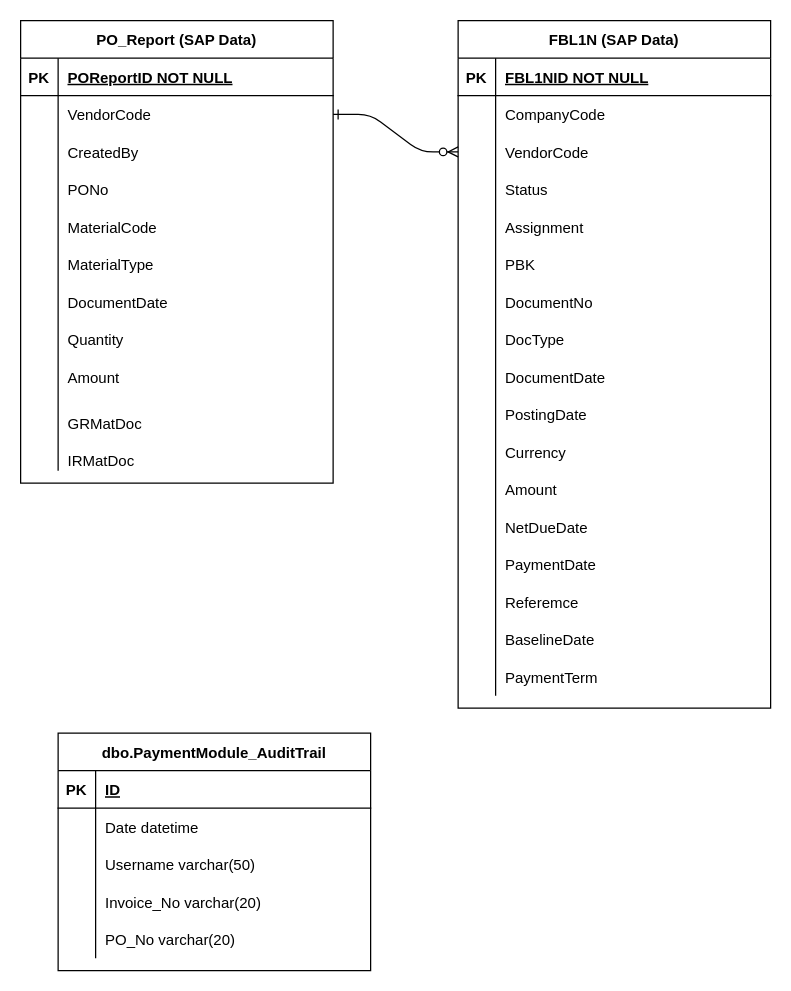
This is Untitled Diagram.drawio from Royet07/Ajax-CRUD-Snippet, a draw.io file, before an edit. Source tidied: cells renumbered, new cells numbered last; positions are measured from the earlier drawing's top-left corner, leaving out a move shared by most shapes. Both pictures are drawn from the tidied source at 125%, with x=0, y=0 at pixel (20, 20).
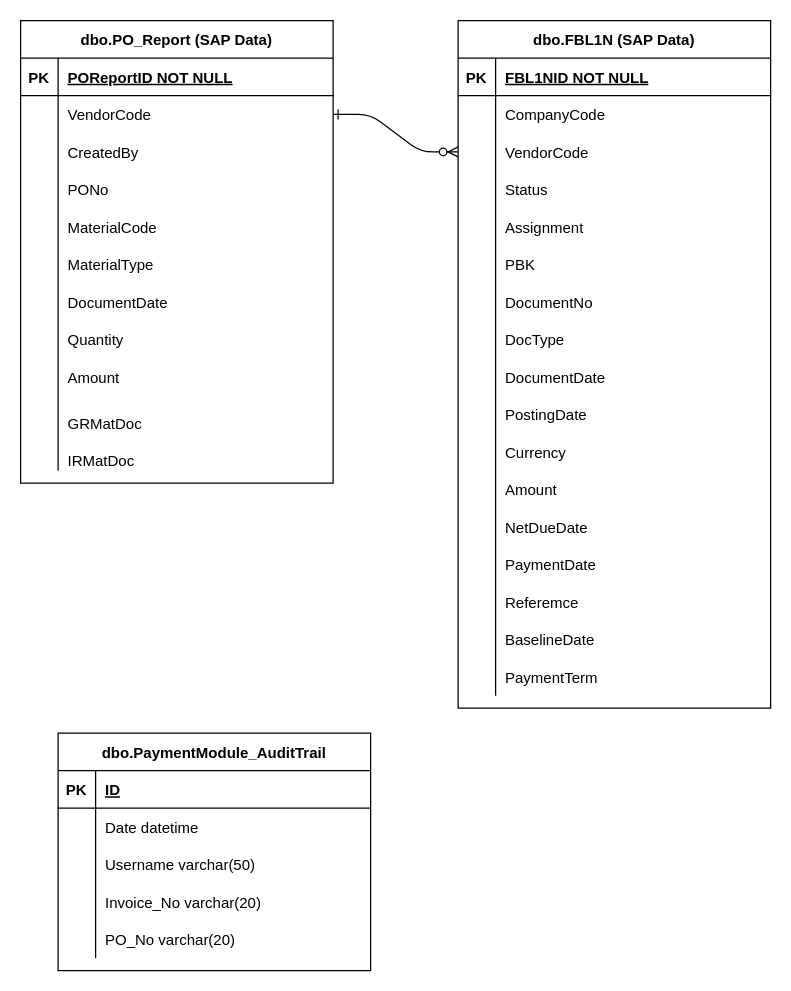
Above is the later version.

The edit, as a diff of the source:
```diff
@@
-    <mxCell id="18" value="PO_Report (SAP Data)" style="shape=table;startSize=30;childLayout=tableLayout;rowLines=0;fontStyle=1;align=center;" parent="1" vertex="1">
+    <mxCell id="18" value="dbo.PO_Report (SAP Data)" style="shape=table;startSize=30;childLayout=tableLayout;rowLines=0;fontStyle=1;align=center;" parent="1" vertex="1">
       <mxGeometry width="250" height="370" as="geometry" />
     </mxCell>
@@
-    <mxCell id="52" value="FBL1N (SAP Data)" style="shape=table;startSize=30;childLayout=tableLayout;rowLines=0;fontStyle=1;align=center;" parent="1" vertex="1">
+    <mxCell id="52" value="dbo.FBL1N (SAP Data)" style="shape=table;startSize=30;childLayout=tableLayout;rowLines=0;fontStyle=1;align=center;" parent="1" vertex="1">
       <mxGeometry x="350" width="250" height="550" as="geometry" />
     </mxCell>
```
